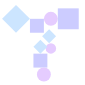
This is assets/favicon.drawio.svg from taneguchi/taneguchi.github.io, a draw.io export, as it was before one commit. Source tidied: cells renumbered, new cells last; positions are measured from the earlier drawing's top-left corner, leaving out a move shared by most shapes.
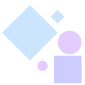
After the commit.

The edit, as a diff of the source:
```diff
@@ -6,31 +6,19 @@
       <mxGeometry width="60" height="60" as="geometry" />
     </mxCell>
     <mxCell id="3" style="rhombus;whiteSpace=wrap;html=1;fillColor=#CCE5FF;strokeColor=none;" parent="1" vertex="1">
-      <mxGeometry x="1" y="3" width="20" height="20" as="geometry" />
+      <mxGeometry x="1" y="3" width="40" height="40" as="geometry" />
     </mxCell>
-    <mxCell id="4" style="whiteSpace=wrap;html=1;fillColor=#CCCCFF;strokeColor=none;" parent="1" vertex="1">
-      <mxGeometry x="21" y="13" width="10" height="10" as="geometry" />
-    </mxCell>
     <mxCell id="5" style="ellipse;whiteSpace=wrap;html=1;fillColor=#E5CCFF;strokeColor=none;" parent="1" vertex="1">
-      <mxGeometry x="32.2" y="30.5" width="7.5" height="7.5" as="geometry" />
+      <mxGeometry x="26.2" y="43" width="7.5" height="7.5" as="geometry" />
     </mxCell>
     <mxCell id="6" style="ellipse;whiteSpace=wrap;html=1;fillColor=#E5CCFF;strokeColor=none;" parent="1" vertex="1">
-      <mxGeometry x="31" y="8" width="10" height="10" as="geometry" />
+      <mxGeometry x="41" y="21.5" width="17" height="17" as="geometry" />
     </mxCell>
     <mxCell id="7" style="whiteSpace=wrap;html=1;fillColor=#CCCCFF;strokeColor=none;" parent="1" vertex="1">
-      <mxGeometry x="41" y="5.5" width="15" height="15" as="geometry" />
+      <mxGeometry x="38.2" y="39.5" width="19.8" height="19.8" as="geometry" />
     </mxCell>
     <mxCell id="8" style="rhombus;whiteSpace=wrap;html=1;fillColor=#CCE5FF;strokeColor=none;" parent="1" vertex="1">
-      <mxGeometry x="29.8" y="20.5" width="10" height="10" as="geometry" />
+      <mxGeometry x="35.8" y="6.5" width="10" height="10" as="geometry" />
     </mxCell>
-    <mxCell id="9" style="whiteSpace=wrap;html=1;fillColor=#CCCCFF;strokeColor=none;" parent="1" vertex="1">
-      <mxGeometry x="23.5" y="38" width="10" height="10" as="geometry" />
-    </mxCell>
-    <mxCell id="10" style="ellipse;whiteSpace=wrap;html=1;fillColor=#E5CCFF;strokeColor=none;" parent="1" vertex="1">
-      <mxGeometry x="26" y="48" width="10" height="10" as="geometry" />
-    </mxCell>
-    <mxCell id="11" style="rhombus;whiteSpace=wrap;html=1;fillColor=#CCE5FF;strokeColor=none;" parent="1" vertex="1">
-      <mxGeometry x="23.5" y="28" width="10" height="10" as="geometry" />
-    </mxCell>
   </root>
 </mxGraphModel>
```
